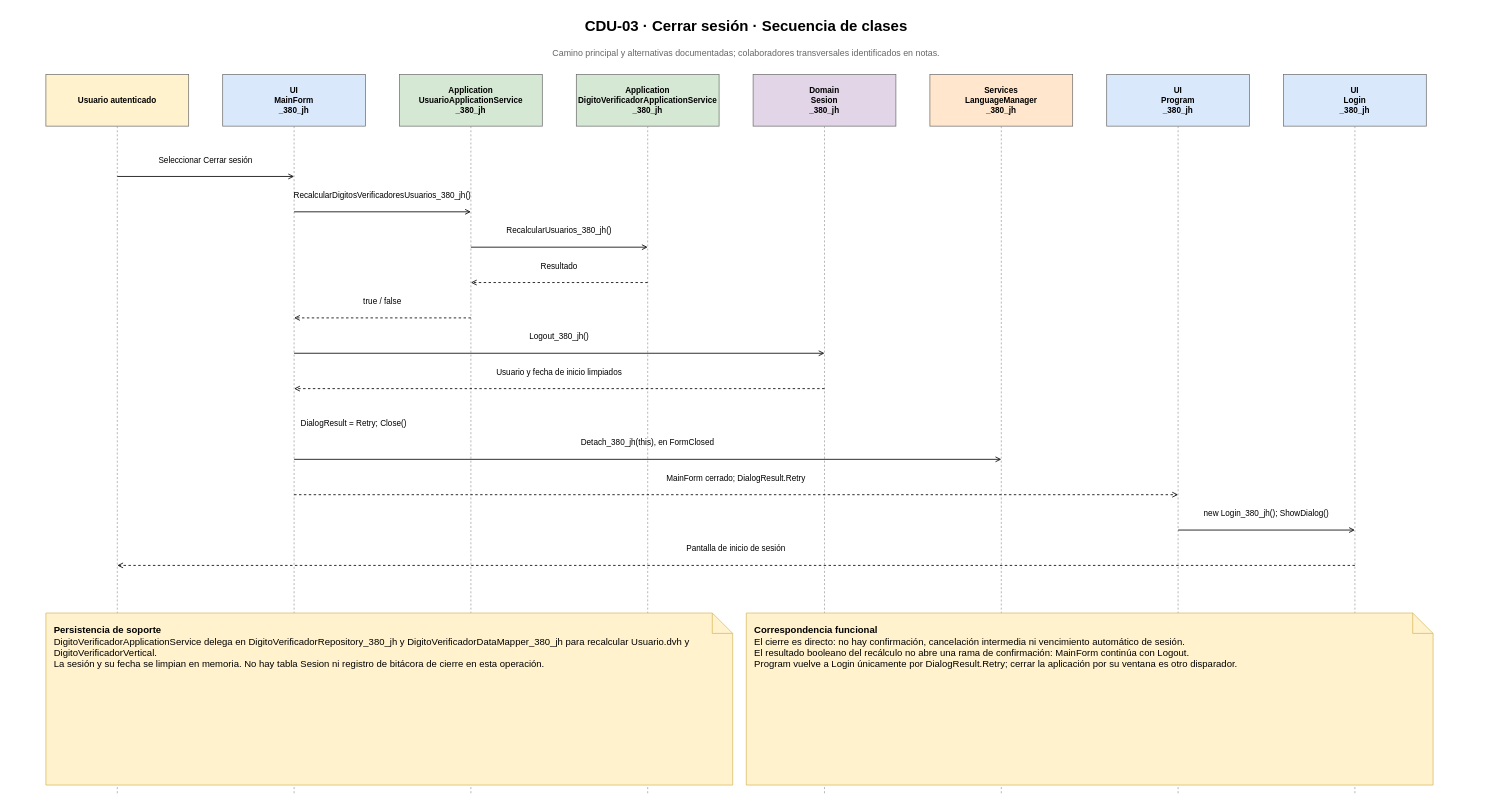
The draw.io diagram Diagramas/Diagramas de Secuencia/CDU-03 - Logout - Secuencia.drawio in juanNH/Ingenieria-de-Software, before the edit. Source tidied: cells renumbered, new cells numbered last; positions are measured from the earlier drawing's top-left corner, leaving out a move shared by most shapes. Both pictures are drawn from the tidied source at 68%, with x=0, y=0 at pixel (12, 12).
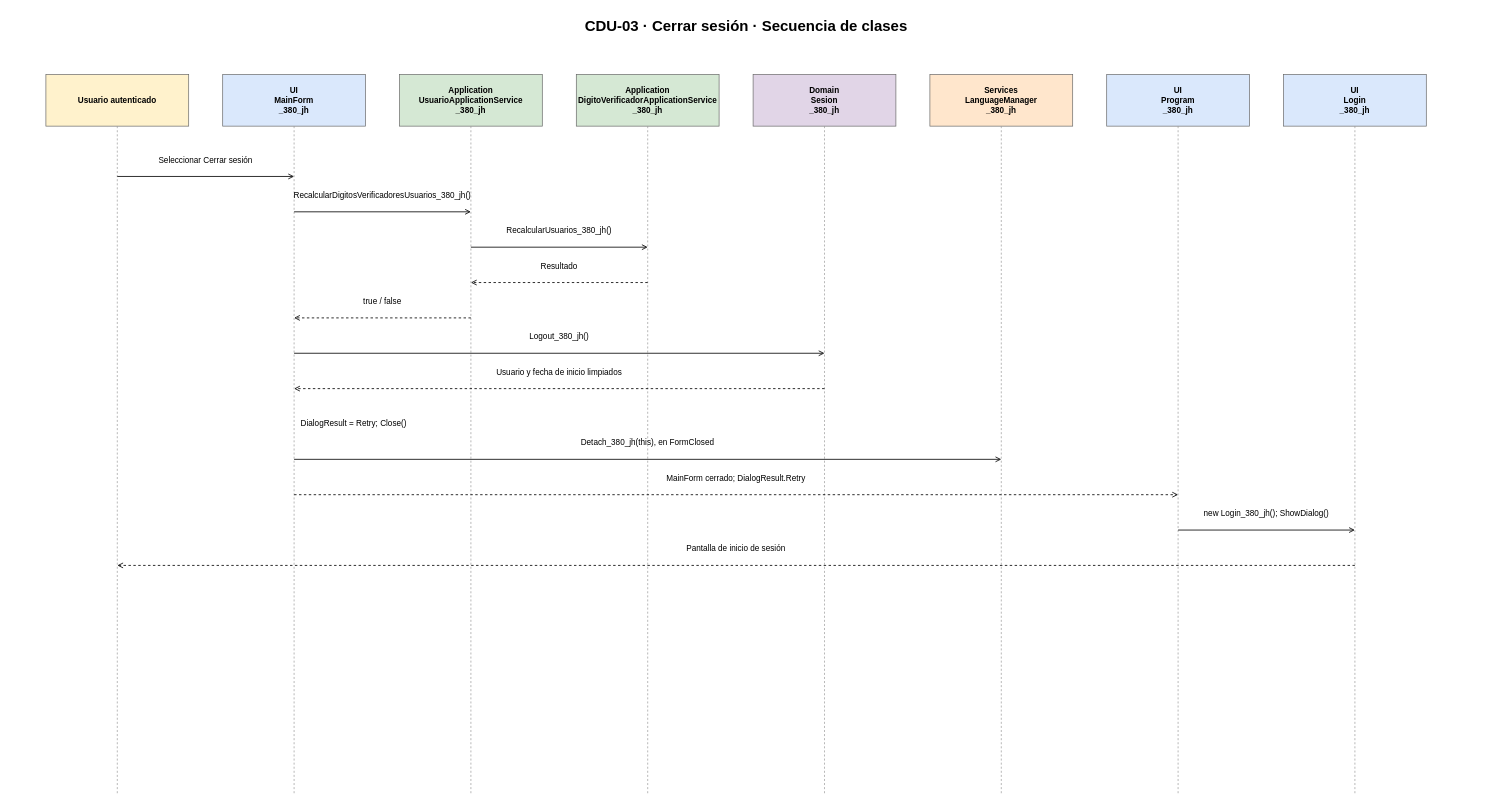
Above is the later version.

What changed in the source:
```diff
@@
-    <mxCell id="3" value="Camino principal y alternativas documentadas; colaboradores transversales identificados en notas." style="text;html=1;whiteSpace=wrap;strokeColor=none;fillColor=none;align=center;verticalAlign=middle;fontFamily=Arial;fontSize=13;fontColor=#666666;" parent="1" vertex="1">
-      <mxGeometry y="46" width="2160" height="28" as="geometry" />
-    </mxCell>
@@
-    <mxCell id="43" value="&lt;b&gt;Persistencia de soporte&lt;/b&gt;&lt;br&gt;DigitoVerificadorApplicationService delega en DigitoVerificadorRepository_380_jh y DigitoVerificadorDataMapper_380_jh para recalcular Usuario.dvh y DigitoVerificadorVertical.&lt;br&gt;La sesión y su fecha se limpian en memoria. No hay tabla Sesion ni registro de bitácora de cierre en esta operación." style="shape=note;whiteSpace=wrap;html=1;fillColor=#fff2cc;strokeColor=#d6b656;align=left;verticalAlign=top;spacing=12;fontSize=14;fontFamily=Arial;" parent="1" vertex="1">
-      <mxGeometry x="50" y="884" width="1010" height="253" as="geometry" />
-    </mxCell>
-    <mxCell id="44" value="&lt;b&gt;Correspondencia funcional&lt;/b&gt;&lt;br&gt;El cierre es directo: no hay confirmación, cancelación intermedia ni vencimiento automático de sesión.&lt;br&gt;El resultado booleano del recálculo no abre una rama de confirmación: MainForm continúa con Logout.&lt;br&gt;Program vuelve a Login únicamente por DialogResult.Retry; cerrar la aplicación por su ventana es otro disparador." style="shape=note;whiteSpace=wrap;html=1;fillColor=#fff2cc;strokeColor=#d6b656;align=left;verticalAlign=top;spacing=12;fontSize=14;fontFamily=Arial;" parent="1" vertex="1">
-      <mxGeometry x="1080" y="884" width="1010" height="253" as="geometry" />
-    </mxCell>
```
